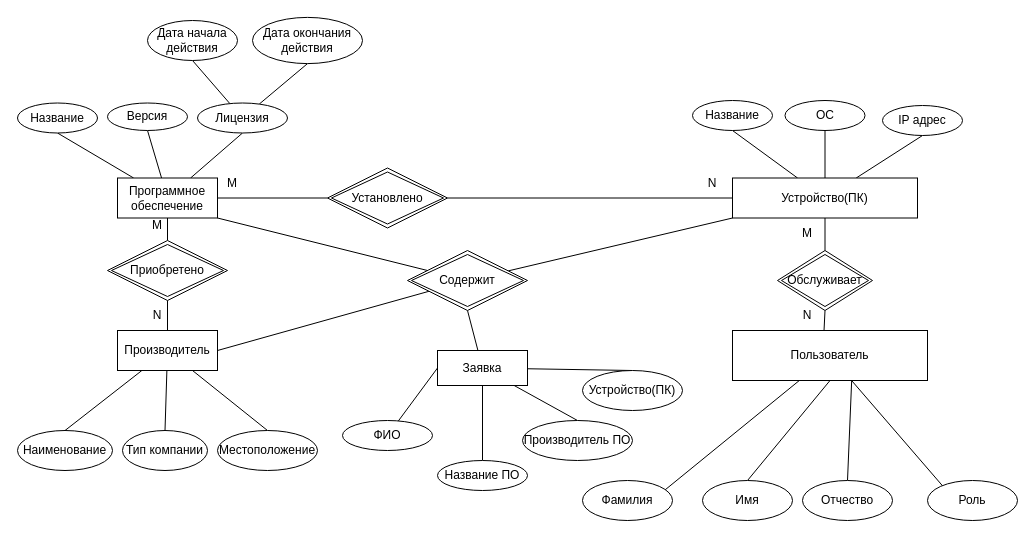
Above: diagrams/ER диаграмма.drawio in thendontuser/Software-Accounting (draw.io), before the change. Source tidied: cells renumbered, new cells numbered last; positions are measured from the earlier drawing's top-left corner, leaving out a move shared by most shapes. Both pictures are drawn from the tidied source at 100%, with x=0, y=0 at pixel (17, 17).
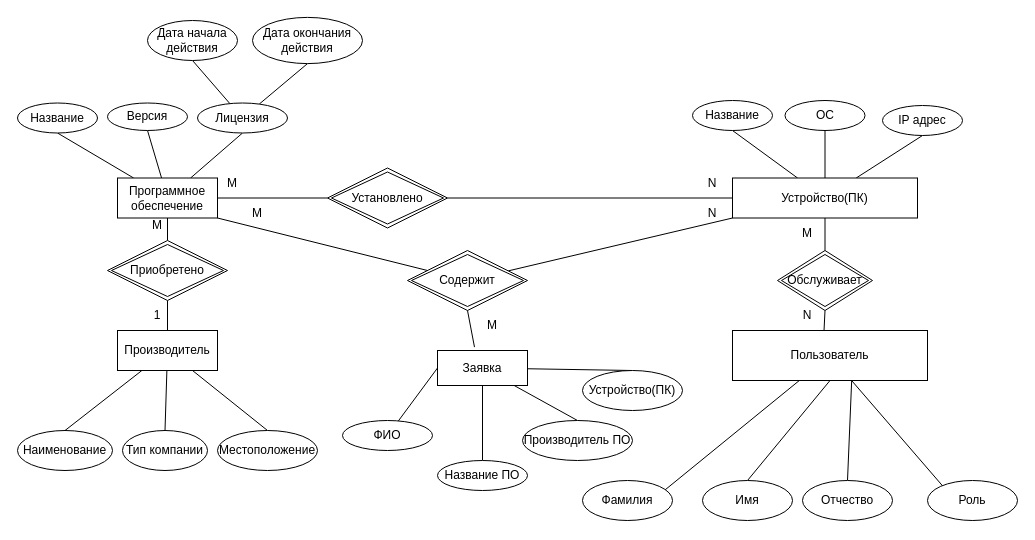
The same page after the edit.

Unchanged cells that the change refers to:
```xml
<mxCell id="43" value="Производитель" style="whiteSpace=wrap;html=1;align=center;" parent="1" vertex="1">
  <mxGeometry x="100" y="313" width="100" height="40" as="geometry" />
</mxCell>
<mxCell id="55" value="Заявка" style="rounded=0;whiteSpace=wrap;html=1;" parent="1" vertex="1">
  <mxGeometry x="420" y="333" width="90" height="35" as="geometry" />
</mxCell>
<mxCell id="63" value="Содержит" style="shape=rhombus;double=1;perimeter=rhombusPerimeter;whiteSpace=wrap;html=1;align=center;" parent="1" vertex="1">
  <mxGeometry x="390" y="233" width="120" height="60" as="geometry" />
</mxCell>
```

What changed in the source:
```diff
@@
-    <mxCell id="50" value="N" style="text;strokeColor=none;align=center;fillColor=none;html=1;verticalAlign=middle;whiteSpace=wrap;rounded=0;" parent="1" vertex="1">
+    <mxCell id="50" value="1" style="text;strokeColor=none;align=center;fillColor=none;html=1;verticalAlign=middle;whiteSpace=wrap;rounded=0;" parent="1" vertex="1">
       <mxGeometry x="110" y="283" width="60" height="30" as="geometry" />
     </mxCell>
@@
-    <mxCell id="54" style="rounded=0;jettySize=auto;html=1;entryX=0.5;entryY=1;entryDx=0;entryDy=0;endArrow=none;endFill=0;" parent="1" edge="1" source="55" target="63">
+    <mxCell id="54" style="rounded=0;jettySize=auto;html=1;exitX=0.411;exitY=-0.097;exitDx=0;exitDy=0;entryX=0.5;entryY=1;entryDx=0;entryDy=0;exitPerimeter=0;endArrow=none;endFill=0;" parent="1" edge="1" source="55" target="63">
       <mxGeometry relative="1" as="geometry" />
     </mxCell>
@@
-    <mxCell id="62" style="rounded=0;jettySize=auto;html=1;entryX=1;entryY=0.5;entryDx=0;entryDy=0;endArrow=none;endFill=0;" parent="1" edge="1" source="63" target="43">
-      <mxGeometry relative="1" as="geometry" />
-    </mxCell>
@@
+    <mxCell id="66" value="M" style="text;strokeColor=none;align=center;fillColor=none;html=1;verticalAlign=middle;whiteSpace=wrap;rounded=0;" parent="1" vertex="1">
+      <mxGeometry x="210" y="180.5" width="60" height="30" as="geometry" />
+    </mxCell>
+    <mxCell id="67" value="N" style="text;strokeColor=none;align=center;fillColor=none;html=1;verticalAlign=middle;whiteSpace=wrap;rounded=0;" parent="1" vertex="1">
+      <mxGeometry x="665" y="180.5" width="60" height="30" as="geometry" />
+    </mxCell>
+    <mxCell id="68" value="M" style="text;strokeColor=none;align=center;fillColor=none;html=1;verticalAlign=middle;whiteSpace=wrap;rounded=0;" parent="1" vertex="1">
+      <mxGeometry x="445" y="293" width="60" height="30" as="geometry" />
+    </mxCell>
```
